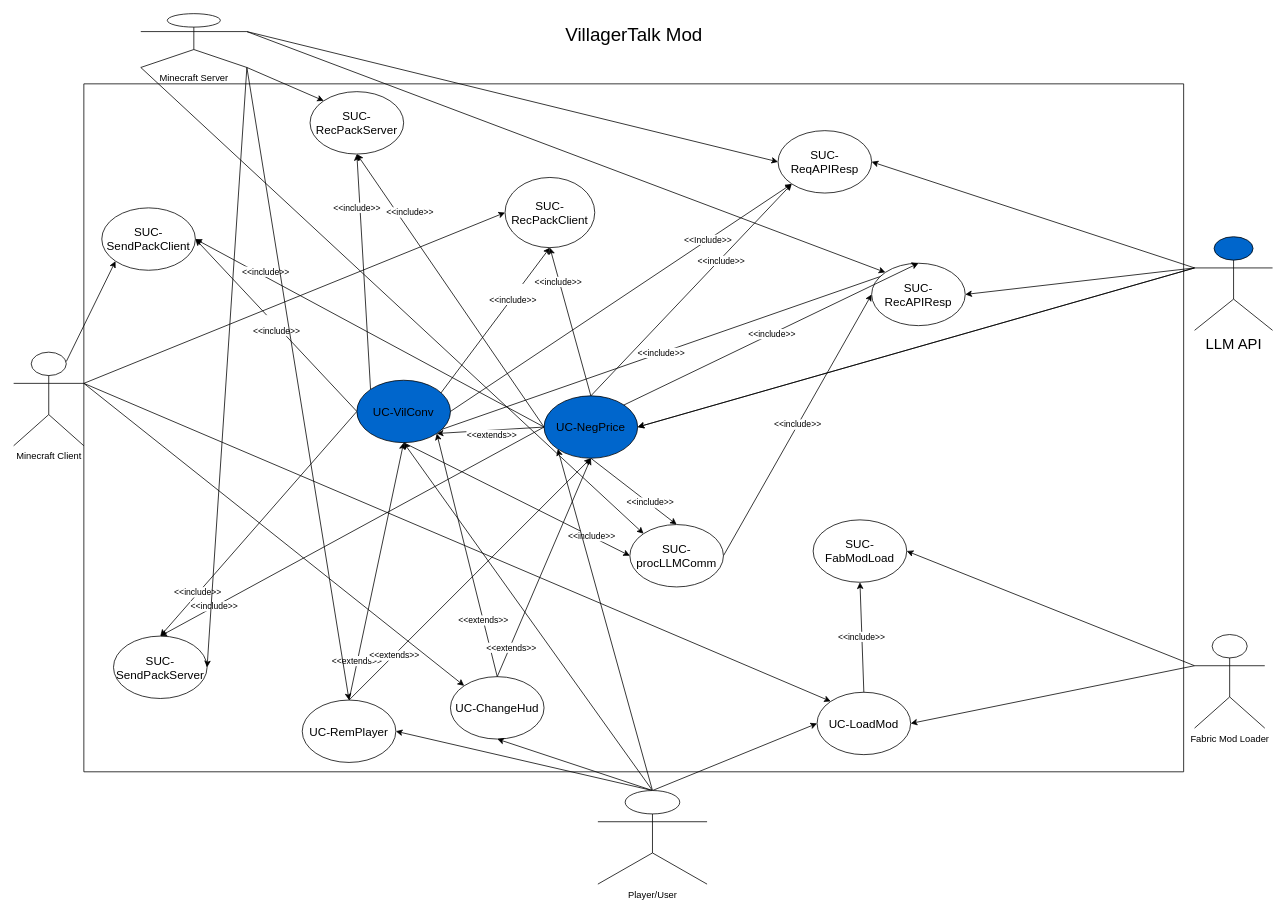
Above: AiIntensivesystems.drawio in leon-mandler/VillagerTalk (draw.io), before the change. Source tidied: cells renumbered, new cells numbered last; positions are measured from the earlier drawing's top-left corner, leaving out a move shared by most shapes. Both pictures are drawn from the tidied source at 78%, with x=0, y=0 at pixel (13, 13).
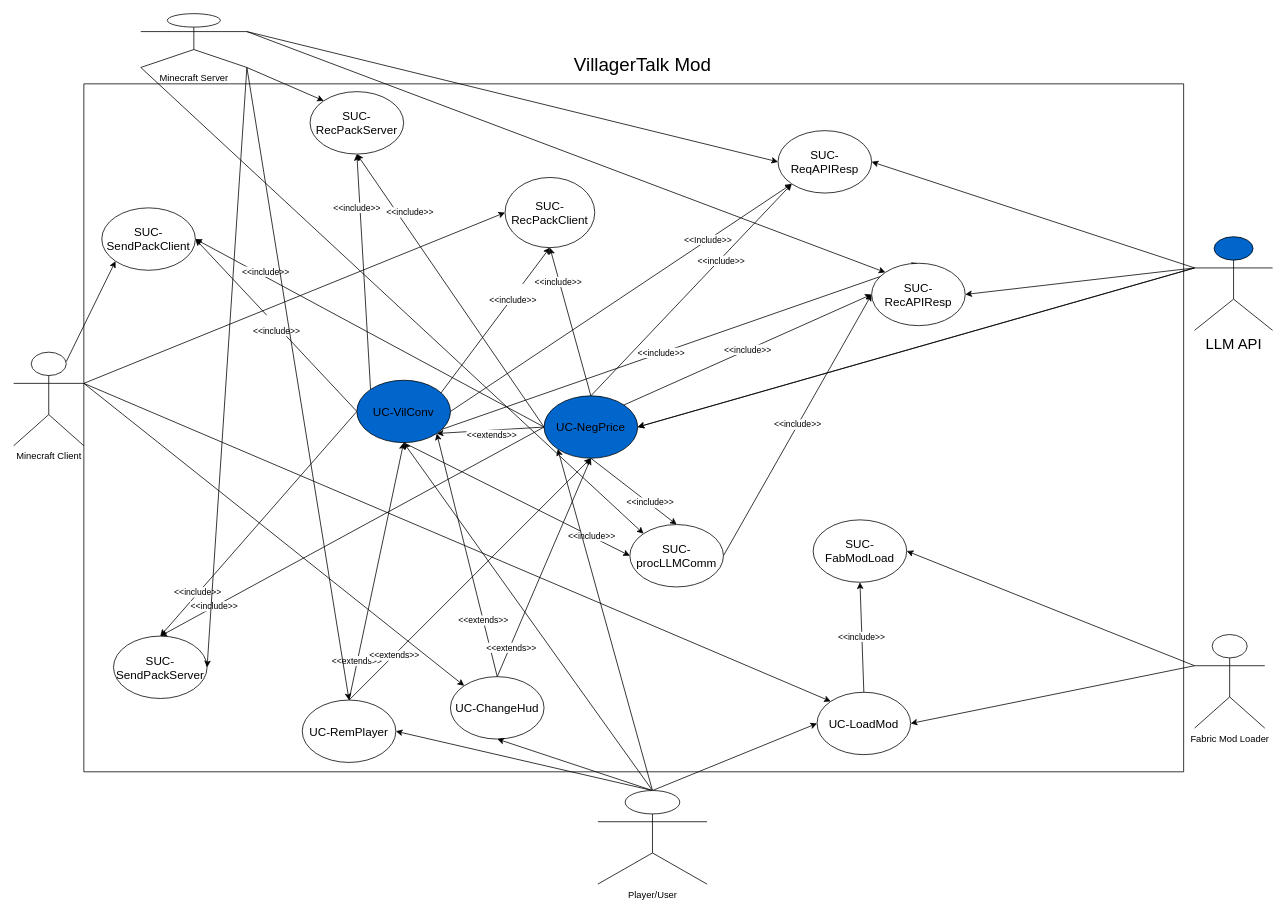
The same diagram, later.

Unchanged cells that the change refers to:
```xml
<mxCell id="2" style="swimlane;startSize=0;" parent="1" vertex="1">
  <mxGeometry x="90" y="90" width="1410" height="882" as="geometry" />
</mxCell>
<mxCell id="25" value="SUC-RecAPIResp" style="ellipse;whiteSpace=wrap;html=1;fontSize=15;" parent="2" vertex="1">
  <mxGeometry x="1010" y="230" width="120" height="80" as="geometry" />
</mxCell>
<mxCell id="26" value="UC-NegPrice" style="ellipse;whiteSpace=wrap;html=1;fontSize=15;fillColor=#0066CC;fontColor=#000000;labelBackgroundColor=none;" parent="2" vertex="1">
  <mxGeometry x="590" y="400" width="120" height="80" as="geometry" />
</mxCell>
```

The edit, as a diff of the source:
```diff
@@
-<mxGraphModel>
+<mxGraphModel background="#ffffff">
@@
-    <mxCell id="28" value="&lt;span style=&quot;color: rgb(0, 0, 0); font-family: Helvetica; font-size: 11px; font-style: normal; font-variant-ligatures: normal; font-variant-caps: normal; font-weight: 400; letter-spacing: normal; orphans: 2; text-align: center; text-indent: 0px; text-transform: none; widows: 2; word-spacing: 0px; -webkit-text-stroke-width: 0px; white-space: nowrap; background-color: rgb(255, 255, 255); text-decoration-thickness: initial; text-decoration-style: initial; text-decoration-color: initial; display: inline !important; float: none;&quot;&gt;&amp;lt;&amp;lt;include&amp;gt;&amp;gt;&lt;/span&gt;" style="rounded=0;jettySize=auto;html=1;exitX=1;exitY=0;exitDx=0;exitDy=0;entryX=0.5;entryY=0;entryDx=0;entryDy=0;" parent="2" edge="1" source="26" target="25">
+    <mxCell id="28" value="&lt;span style=&quot;color: rgb(0, 0, 0); font-family: Helvetica; font-size: 11px; font-style: normal; font-variant-ligatures: normal; font-variant-caps: normal; font-weight: 400; letter-spacing: normal; orphans: 2; text-align: center; text-indent: 0px; text-transform: none; widows: 2; word-spacing: 0px; -webkit-text-stroke-width: 0px; white-space: nowrap; background-color: rgb(255, 255, 255); text-decoration-thickness: initial; text-decoration-style: initial; text-decoration-color: initial; display: inline !important; float: none;&quot;&gt;&amp;lt;&amp;lt;include&amp;gt;&amp;gt;&lt;/span&gt;" style="rounded=0;jettySize=auto;html=1;exitX=1;exitY=0;exitDx=0;exitDy=0;entryX=0;entryY=0.5;entryDx=0;entryDy=0;" parent="2" edge="1" source="26" target="25">
       <mxGeometry relative="1" as="geometry" />
     </mxCell>
@@
     <mxCell id="37" value="VillagerTalk Mod" style="text;html=1;align=center;verticalAlign=middle;strokeColor=none;fillColor=none;fontSize=24;" parent="1" vertex="1">
-      <mxGeometry x="695" y="8" width="200" height="40" as="geometry" />
+      <mxGeometry x="706" y="46" width="200" height="40" as="geometry" />
     </mxCell>
```
